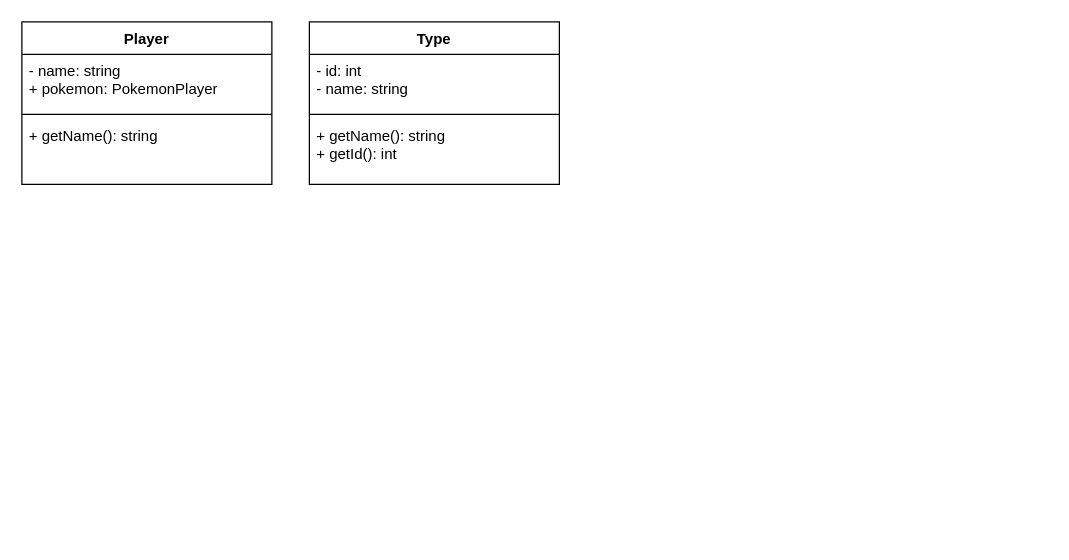
Earlier version of the draw.io diagram Pokemon-Game-Project.drawio (OzkrMonroy/university_pokemon_game_docs). Source tidied: cells renumbered, new cells numbered last; positions are measured from the earlier drawing's top-left corner, leaving out a move shared by most shapes. Both pictures are drawn from the tidied source at 125%, with x=0, y=0 at pixel (21, 21).
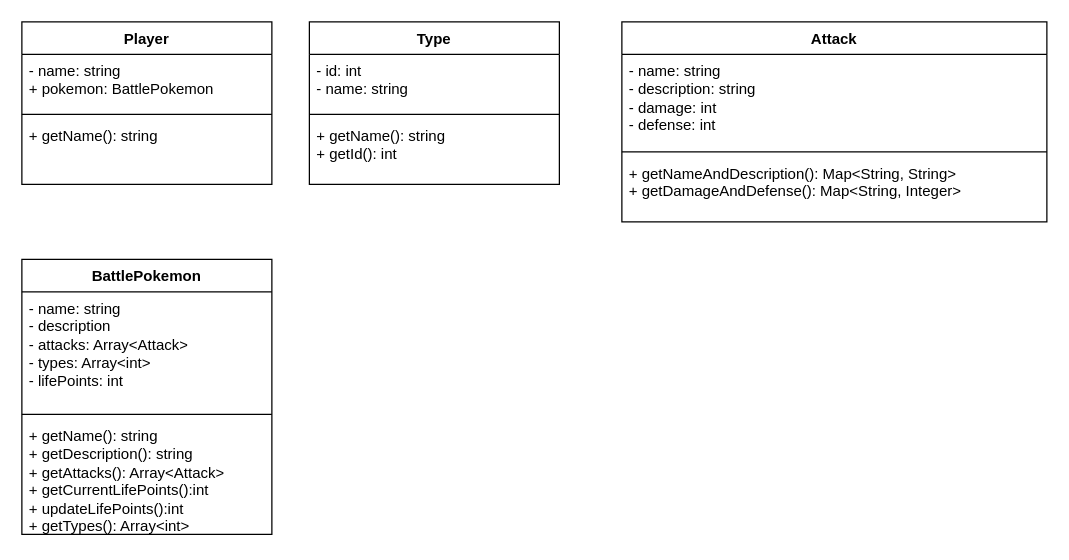
The same diagram, later.

Change to the diagram source:
```diff
@@
 <mxGraphModel>
   <root>
     <mxCell id="0" />
     <mxCell id="1" parent="0" />
     <mxCell id="2" value="Player" style="swimlane;fontStyle=1;align=center;verticalAlign=top;horizontal=1;startSize=26;whiteSpace=wrap;html=1;" parent="1" vertex="1">
       <mxGeometry width="200" height="130" as="geometry" />
     </mxCell>
-    <mxCell id="3" value="- name: string&lt;div&gt;+ pokemon: PokemonPlayer&lt;/div&gt;" style="text;strokeColor=none;fillColor=none;align=left;verticalAlign=top;spacingLeft=4;spacingRight=4;overflow=hidden;whiteSpace=wrap;html=1;" parent="2" vertex="1">
+    <mxCell id="3" value="- name: string&lt;div&gt;+ pokemon: BattlePokemon&lt;/div&gt;" style="text;strokeColor=none;fillColor=none;align=left;verticalAlign=top;spacingLeft=4;spacingRight=4;overflow=hidden;whiteSpace=wrap;html=1;" parent="2" vertex="1">
       <mxGeometry y="26" width="200" height="44" as="geometry" />
     </mxCell>
     <mxCell id="4" style="line;strokeWidth=1;fillColor=none;align=left;verticalAlign=middle;spacingTop=-1;spacingLeft=3;spacingRight=3;labelPosition=right;strokeColor=inherit;" parent="2" vertex="1">
       <mxGeometry y="70" width="200" height="8" as="geometry" />
     </mxCell>
     <mxCell id="5" value="+ getName(): string&lt;div&gt;&lt;br&gt;&lt;/div&gt;" style="text;strokeColor=none;fillColor=none;align=left;verticalAlign=top;spacingLeft=4;spacingRight=4;overflow=hidden;whiteSpace=wrap;html=1;" parent="2" vertex="1">
       <mxGeometry y="78" width="200" height="52" as="geometry" />
     </mxCell>
     <mxCell id="6" value="Type" style="swimlane;fontStyle=1;align=center;verticalAlign=top;horizontal=1;startSize=26;whiteSpace=wrap;html=1;" parent="1" vertex="1">
       <mxGeometry x="230" width="200" height="130" as="geometry" />
     </mxCell>
     <mxCell id="7" value="- id: int&lt;div&gt;- name: string&lt;/div&gt;&lt;div&gt;&lt;br&gt;&lt;/div&gt;" style="text;strokeColor=none;fillColor=none;align=left;verticalAlign=top;spacingLeft=4;spacingRight=4;overflow=hidden;whiteSpace=wrap;html=1;" parent="6" vertex="1">
       <mxGeometry y="26" width="200" height="44" as="geometry" />
     </mxCell>
     <mxCell id="8" style="line;strokeWidth=1;fillColor=none;align=left;verticalAlign=middle;spacingTop=-1;spacingLeft=3;spacingRight=3;labelPosition=right;strokeColor=inherit;" parent="6" vertex="1">
       <mxGeometry y="70" width="200" height="8" as="geometry" />
     </mxCell>
     <mxCell id="9" value="+ getName(): string&lt;div&gt;+ getId(): int&lt;/div&gt;" style="text;strokeColor=none;fillColor=none;align=left;verticalAlign=top;spacingLeft=4;spacingRight=4;overflow=hidden;whiteSpace=wrap;html=1;" parent="6" vertex="1">
       <mxGeometry y="78" width="200" height="52" as="geometry" />
     </mxCell>
+    <mxCell id="10" value="Attack" style="swimlane;fontStyle=1;align=center;verticalAlign=top;horizontal=1;startSize=26;whiteSpace=wrap;html=1;" parent="1" vertex="1">
+      <mxGeometry x="480" width="340" height="160" as="geometry" />
+    </mxCell>
+    <mxCell id="11" value="&lt;div&gt;- name: string&lt;/div&gt;&lt;div&gt;- description: string&lt;/div&gt;&lt;div&gt;- damage: int&lt;/div&gt;&lt;div&gt;- defense: int&lt;/div&gt;" style="text;strokeColor=none;fillColor=none;align=left;verticalAlign=top;spacingLeft=4;spacingRight=4;overflow=hidden;whiteSpace=wrap;html=1;" parent="10" vertex="1">
+      <mxGeometry y="26" width="340" height="74" as="geometry" />
+    </mxCell>
+    <mxCell id="12" style="line;strokeWidth=1;fillColor=none;align=left;verticalAlign=middle;spacingTop=-1;spacingLeft=3;spacingRight=3;labelPosition=right;strokeColor=inherit;" parent="10" vertex="1">
+      <mxGeometry y="100" width="340" height="8" as="geometry" />
+    </mxCell>
+    <mxCell id="13" value="+ getNameAndDescription(): Map&amp;lt;String, String&amp;gt;&lt;div&gt;+ getDamageAndDefense&lt;span style=&quot;background-color: initial;&quot;&gt;(): Map&amp;lt;String, Integer&amp;gt;&lt;/span&gt;&lt;/div&gt;" style="text;strokeColor=none;fillColor=none;align=left;verticalAlign=top;spacingLeft=4;spacingRight=4;overflow=hidden;whiteSpace=wrap;html=1;" parent="10" vertex="1">
+      <mxGeometry y="108" width="340" height="52" as="geometry" />
+    </mxCell>
+    <mxCell id="14" value="BattlePokemon" style="swimlane;fontStyle=1;align=center;verticalAlign=top;horizontal=1;startSize=26;whiteSpace=wrap;html=1;" parent="1" vertex="1">
+      <mxGeometry y="190" width="200" height="220" as="geometry" />
+    </mxCell>
+    <mxCell id="15" value="&lt;div&gt;- name: string&lt;/div&gt;&lt;div&gt;- description&lt;/div&gt;&lt;div&gt;- attacks: Array&amp;lt;Attack&amp;gt;&lt;/div&gt;&lt;div&gt;- types: Array&amp;lt;int&amp;gt;&lt;/div&gt;&lt;div&gt;- lifePoints: int&lt;/div&gt;" style="text;strokeColor=none;fillColor=none;align=left;verticalAlign=top;spacingLeft=4;spacingRight=4;overflow=hidden;whiteSpace=wrap;html=1;" parent="14" vertex="1">
+      <mxGeometry y="26" width="200" height="94" as="geometry" />
+    </mxCell>
+    <mxCell id="16" style="line;strokeWidth=1;fillColor=none;align=left;verticalAlign=middle;spacingTop=-1;spacingLeft=3;spacingRight=3;labelPosition=right;strokeColor=inherit;" parent="14" vertex="1">
+      <mxGeometry y="120" width="200" height="8" as="geometry" />
+    </mxCell>
+    <mxCell id="17" value="+ getName(): string&lt;div&gt;+ getDescription(): string&lt;/div&gt;&lt;div&gt;+ getAttacks(): Array&amp;lt;Attack&amp;gt;&lt;/div&gt;&lt;div&gt;+ getCurrentLifePoints():int&lt;/div&gt;&lt;div&gt;+ updateLifePoints():int&lt;/div&gt;&lt;div&gt;+ getTypes(): Array&amp;lt;int&amp;gt;&lt;/div&gt;" style="text;strokeColor=none;fillColor=none;align=left;verticalAlign=top;spacingLeft=4;spacingRight=4;overflow=hidden;whiteSpace=wrap;html=1;" parent="14" vertex="1">
+      <mxGeometry y="128" width="200" height="92" as="geometry" />
+    </mxCell>
   </root>
 </mxGraphModel>
```
